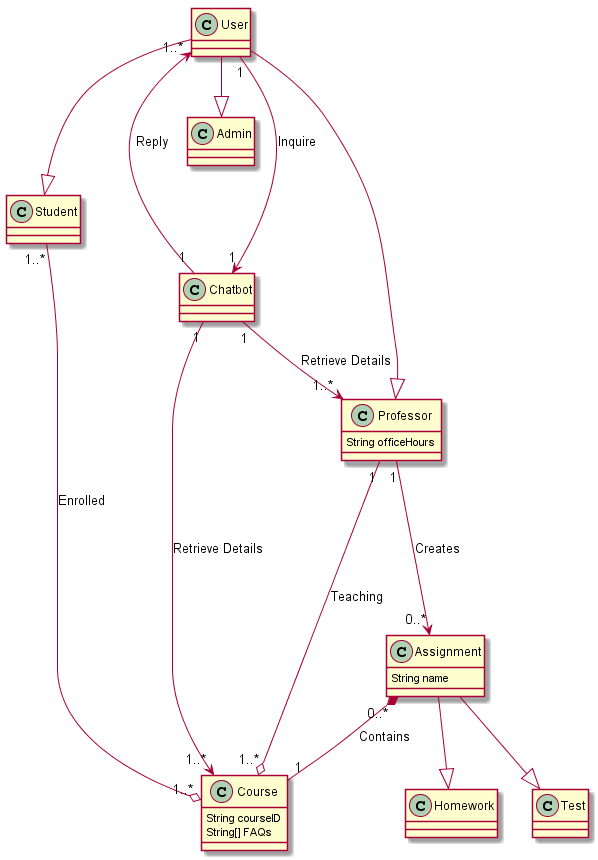
Brendenjones12/CapstoneProjectTemplate keeps this PlantUML diagram as Auxiliary Files/UML Graph.png. Above is the earlier version. Source of this version:
```plantuml
@startuml
User --|> Student
User --|> Professor
Professor : String officeHours
User --|> Admin
Course : String courseID
Course : String[] FAQs
Student "1..*" --o "1..*" Course : Enrolled
Professor "1" --o "1..*" Course : Teaching
Assignment : String name
Assignment "0..*" *-- "1" Course : Contains
Assignment --|> Homework
Assignment --|> Test
Professor "1" ---> "0..*" Assignment : Creates
User "1" ---> "1" Chatbot : Inquire
User "1..*" <--- "1" Chatbot : Reply
Chatbot "1" --> "1..*" Course : Retrieve Details
Chatbot "1" --> "1..*" Professor : Retrieve Details



@enduml
```
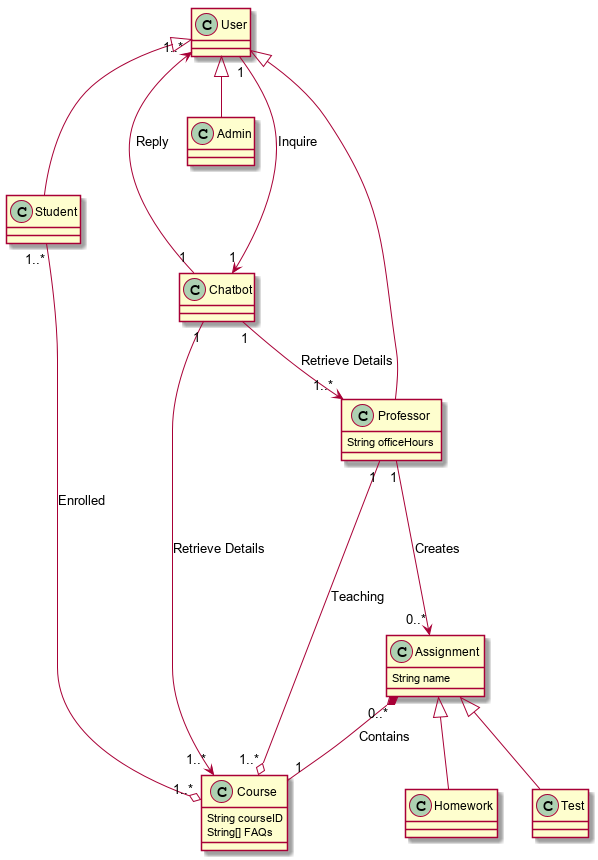
Above is the later version.

Commit message:
Fixed Inheritance links in UML diagram to point in the correct directions

What changed in the source:
```diff
@@ -1,16 +1,16 @@
 @startuml
-User --|> Student
-User --|> Professor
+User <|-- Student
+User <|-- Professor
 Professor : String officeHours
-User --|> Admin
+User <|-- Admin
 Course : String courseID
 Course : String[] FAQs
 Student "1..*" --o "1..*" Course : Enrolled
 Professor "1" --o "1..*" Course : Teaching
 Assignment : String name
 Assignment "0..*" *-- "1" Course : Contains
-Assignment --|> Homework
-Assignment --|> Test
+Assignment <|-- Homework
+Assignment <|-- Test
 Professor "1" ---> "0..*" Assignment : Creates
 User "1" ---> "1" Chatbot : Inquire
 User "1..*" <--- "1" Chatbot : Reply
```
